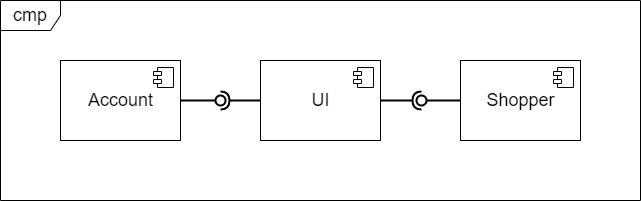
Before: docs/component_diagram.png, a diagram exported from draw.io (ypeng90/shopper). Source tidied: cells renumbered, new cells last; positions are measured from the earlier drawing's top-left corner, leaving out a move shared by most shapes.
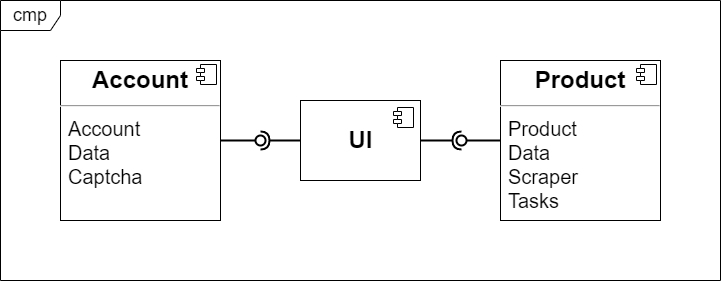
The same diagram one commit later.

Change to the diagram source:
```diff
@@ -3,25 +3,9 @@
     <mxCell id="0" />
     <mxCell id="1" parent="0" />
     <mxCell id="2" value="&lt;font style=&quot;font-size: 18px;&quot;&gt;cmp&lt;/font&gt;" style="shape=umlFrame;whiteSpace=wrap;html=1;fontSize=18;" parent="1" vertex="1">
-      <mxGeometry width="640" height="200" as="geometry" />
+      <mxGeometry x="-40" y="-40" width="720" height="280" as="geometry" />
     </mxCell>
-    <mxCell id="3" value="Account" style="html=1;fontSize=18;" parent="1" vertex="1">
-      <mxGeometry x="60" y="60" width="120" height="80" as="geometry" />
-    </mxCell>
-    <mxCell id="4" style="shape=module;jettyWidth=8;jettyHeight=4;fontSize=18;" parent="3" vertex="1">
-      <mxGeometry x="1" width="20" height="20" relative="1" as="geometry">
-        <mxPoint x="-27" y="7" as="offset" />
-      </mxGeometry>
-    </mxCell>
-    <mxCell id="5" value="Shopper" style="html=1;fontSize=18;" parent="1" vertex="1">
-      <mxGeometry x="460" y="60" width="120" height="80" as="geometry" />
-    </mxCell>
-    <mxCell id="6" style="shape=module;jettyWidth=8;jettyHeight=4;fontSize=18;" parent="5" vertex="1">
-      <mxGeometry x="1" width="20" height="20" relative="1" as="geometry">
-        <mxPoint x="-27" y="7" as="offset" />
-      </mxGeometry>
-    </mxCell>
-    <mxCell id="7" value="UI" style="html=1;fontSize=18;" parent="1" vertex="1">
+    <mxCell id="7" value="&lt;font style=&quot;font-size: 24px&quot;&gt;&lt;b&gt;UI&lt;/b&gt;&lt;/font&gt;" style="html=1;fontSize=18;" parent="1" vertex="1">
       <mxGeometry x="260" y="60" width="120" height="80" as="geometry" />
     </mxCell>
     <mxCell id="8" style="shape=module;jettyWidth=8;jettyHeight=4;fontSize=18;" parent="7" vertex="1">
@@ -29,7 +13,7 @@
         <mxPoint x="-27" y="7" as="offset" />
       </mxGeometry>
     </mxCell>
-    <mxCell id="9" style="rounded=0;jettySize=auto;html=1;endArrow=none;endFill=0;sketch=0;sourcePerimeterSpacing=0;targetPerimeterSpacing=0;fontSize=18;strokeWidth=2;exitX=1;exitY=0.5;exitDx=0;exitDy=0;" parent="1" edge="1" source="3" target="11">
+    <mxCell id="9" style="rounded=0;jettySize=auto;html=1;endArrow=none;endFill=0;sketch=0;sourcePerimeterSpacing=0;targetPerimeterSpacing=0;fontSize=18;strokeWidth=2;exitX=1;exitY=0.5;exitDx=0;exitDy=0;" parent="1" edge="1" source="15" target="11">
       <mxGeometry relative="1" as="geometry" />
     </mxCell>
     <mxCell id="10" style="rounded=0;jettySize=auto;html=1;endArrow=halfCircle;endFill=0;entryX=0.5;entryY=0.5;endSize=6;strokeWidth=2;sketch=0;fontSize=18;exitX=0;exitY=0.5;exitDx=0;exitDy=0;" parent="1" edge="1" source="7" target="11">
@@ -38,7 +22,7 @@
     <mxCell id="11" style="ellipse;whiteSpace=wrap;html=1;align=center;points=[];outlineConnect=0;sketch=0;fontSize=18;strokeWidth=2;" parent="1" vertex="1">
       <mxGeometry x="215" y="95" width="10" height="10" as="geometry" />
     </mxCell>
-    <mxCell id="12" style="rounded=0;jettySize=auto;html=1;endArrow=none;endFill=0;sketch=0;sourcePerimeterSpacing=0;targetPerimeterSpacing=0;fontSize=18;strokeWidth=2;exitX=0;exitY=0.5;exitDx=0;exitDy=0;" parent="1" edge="1" source="5" target="14">
+    <mxCell id="12" style="rounded=0;jettySize=auto;html=1;endArrow=none;endFill=0;sketch=0;sourcePerimeterSpacing=0;targetPerimeterSpacing=0;fontSize=18;strokeWidth=2;exitX=0;exitY=0.5;exitDx=0;exitDy=0;" parent="1" edge="1" source="17" target="14">
       <mxGeometry relative="1" as="geometry" />
     </mxCell>
     <mxCell id="13" style="rounded=0;jettySize=auto;html=1;endArrow=halfCircle;endFill=0;entryX=0.5;entryY=0.5;endSize=6;strokeWidth=2;sketch=0;fontSize=18;exitX=1;exitY=0.5;exitDx=0;exitDy=0;" parent="1" edge="1" source="7" target="14">
@@ -47,5 +31,21 @@
     <mxCell id="14" style="ellipse;whiteSpace=wrap;html=1;align=center;points=[];outlineConnect=0;sketch=0;fontSize=18;strokeWidth=2;" parent="1" vertex="1">
       <mxGeometry x="416" y="95" width="10" height="10" as="geometry" />
     </mxCell>
+    <mxCell id="15" value="&lt;p style=&quot;margin: 0px ; margin-top: 6px ; text-align: center&quot;&gt;&lt;b&gt;&lt;font style=&quot;font-size: 24px&quot;&gt;Account&lt;/font&gt;&lt;/b&gt;&lt;/p&gt;&lt;hr style=&quot;font-size: 20px&quot;&gt;&lt;p style=&quot;margin: 0px 0px 0px 8px ; font-size: 20px&quot;&gt;&lt;font style=&quot;font-size: 20px&quot;&gt;Account&lt;br&gt;Data&lt;/font&gt;&lt;/p&gt;&lt;p style=&quot;margin: 0px 0px 0px 8px ; font-size: 20px&quot;&gt;&lt;font style=&quot;font-size: 20px&quot;&gt;Captcha&lt;/font&gt;&lt;/p&gt;" style="align=left;overflow=fill;html=1;" parent="1" vertex="1">
+      <mxGeometry x="20" y="20" width="160" height="160" as="geometry" />
+    </mxCell>
+    <mxCell id="16" style="shape=component;jettyWidth=8;jettyHeight=4;" parent="15" vertex="1">
+      <mxGeometry x="1" width="20" height="20" relative="1" as="geometry">
+        <mxPoint x="-24" y="4" as="offset" />
+      </mxGeometry>
+    </mxCell>
+    <mxCell id="17" value="&lt;p style=&quot;margin: 0px ; margin-top: 6px ; text-align: center&quot;&gt;&lt;b&gt;&lt;font style=&quot;font-size: 24px&quot;&gt;Product&lt;/font&gt;&lt;/b&gt;&lt;/p&gt;&lt;hr style=&quot;font-size: 20px&quot;&gt;&lt;p style=&quot;margin: 0px 0px 0px 8px ; font-size: 20px&quot;&gt;&lt;font style=&quot;font-size: 20px&quot;&gt;Product&lt;br&gt;Data&lt;/font&gt;&lt;/p&gt;&lt;p style=&quot;margin: 0px 0px 0px 8px ; font-size: 20px&quot;&gt;&lt;font style=&quot;font-size: 20px&quot;&gt;Scraper&lt;/font&gt;&lt;/p&gt;&lt;p style=&quot;margin: 0px 0px 0px 8px ; font-size: 20px&quot;&gt;&lt;font style=&quot;font-size: 20px&quot;&gt;Tasks&lt;/font&gt;&lt;/p&gt;" style="align=left;overflow=fill;html=1;" parent="1" vertex="1">
+      <mxGeometry x="460" y="20" width="160" height="160" as="geometry" />
+    </mxCell>
+    <mxCell id="18" style="shape=component;jettyWidth=8;jettyHeight=4;" parent="17" vertex="1">
+      <mxGeometry x="1" width="20" height="20" relative="1" as="geometry">
+        <mxPoint x="-24" y="4" as="offset" />
+      </mxGeometry>
+    </mxCell>
   </root>
 </mxGraphModel>
```
